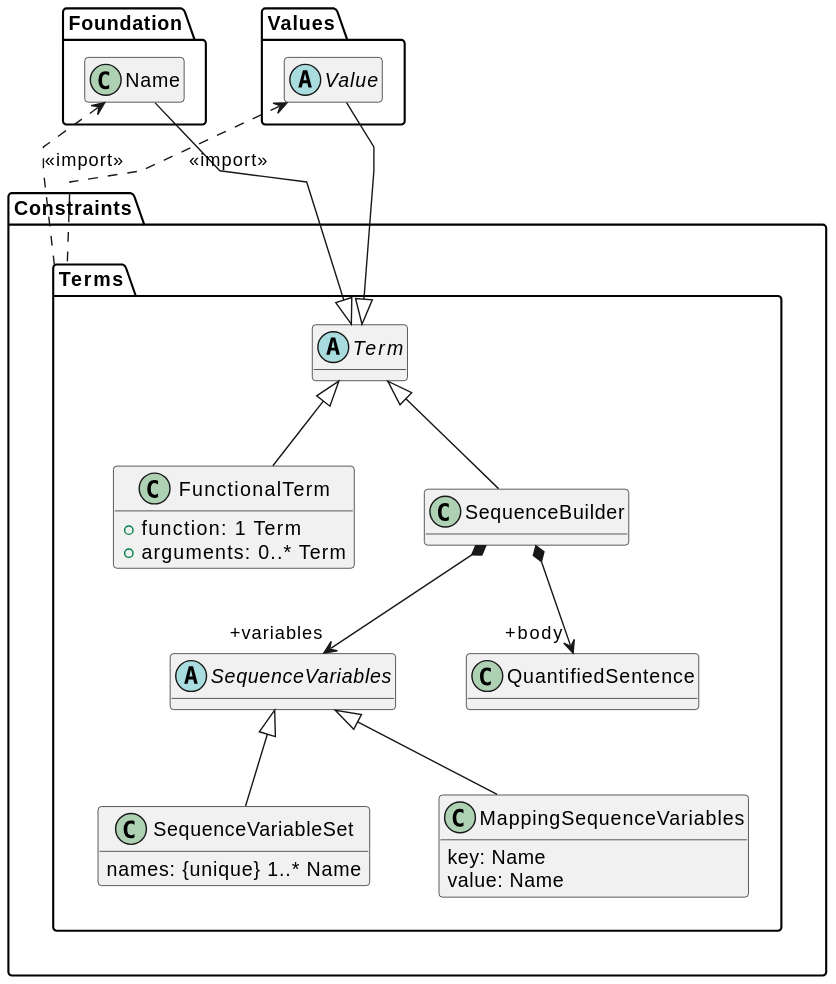
Above: docs/metamodel-constraint-terms.svg in sdm-lang/sdml-io (PlantUML), before the change.
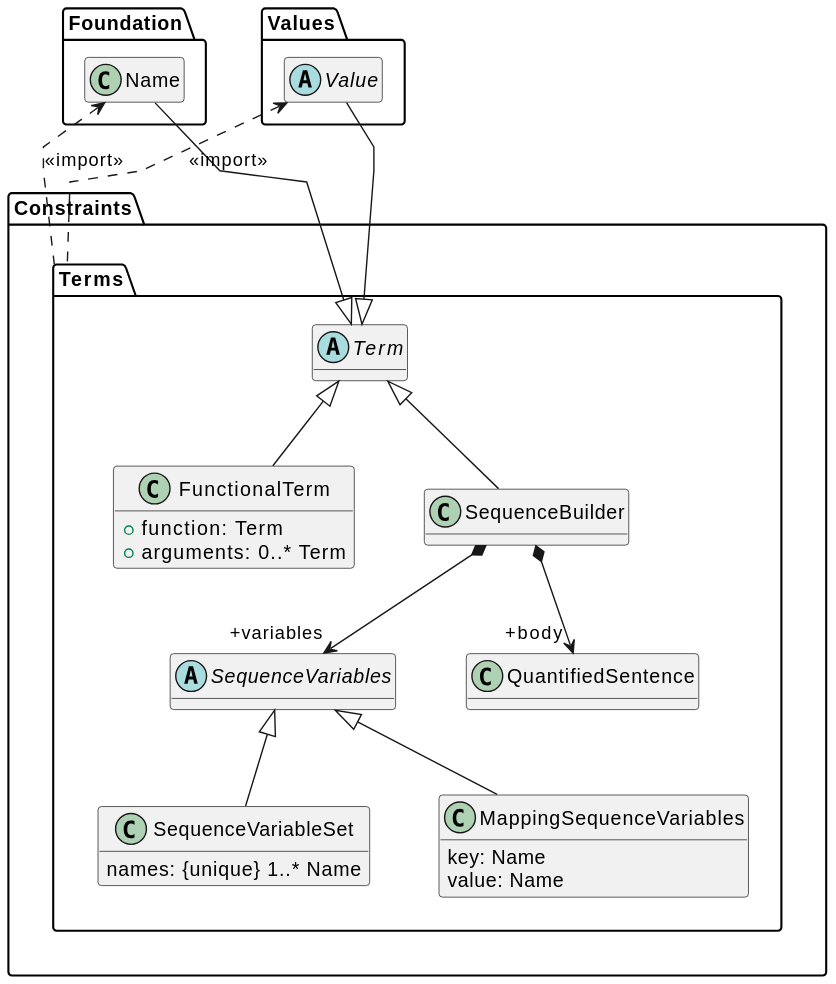
Above is the later version.

What changed in the source:
```diff
@@ -23,7 +23,7 @@
         Value -up-|> Term
 
         class FunctionalTerm {
-            +function: 1 Term
+            +function: Term
             +arguments: 0..* Term
         }
         FunctionalTerm -up-|> Term
```
